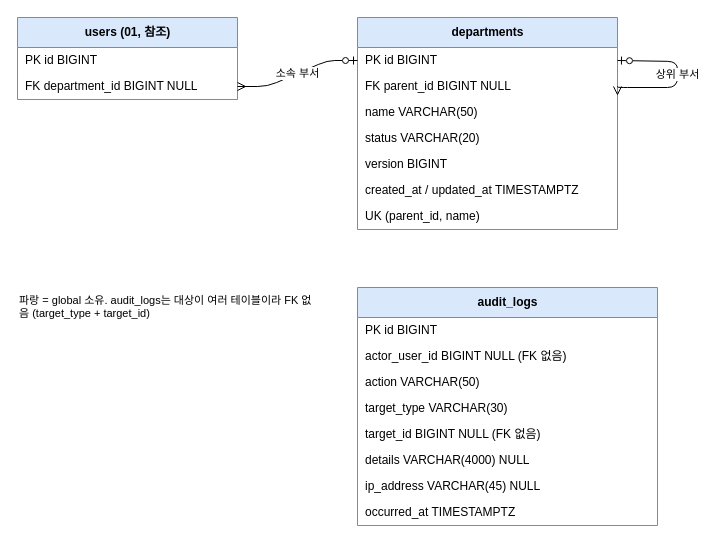
Above: docs/erd/02-admin.drawio in WonikQnCKDT/CoreviaAI_BE (draw.io), before the change. Source tidied: cells renumbered, new cells numbered last; positions are measured from the earlier drawing's top-left corner, leaving out a move shared by most shapes. Both pictures are drawn from the tidied source at 100%, with x=0, y=0 at pixel (17, 17).
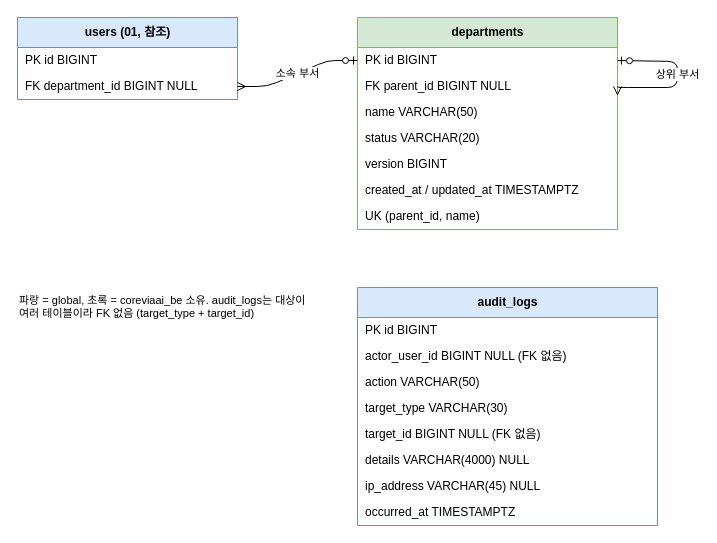
Above is the later version.

Change to the diagram source:
```diff
@@
-    <mxCell id="5" value="departments" style="swimlane;fontStyle=1;horizontal=1;startSize=30;fillColor=#dae8fc;strokeColor=#6c8ebf;html=1;" parent="1" vertex="1">
+    <mxCell id="5" value="departments" style="swimlane;fontStyle=1;horizontal=1;startSize=30;fillColor=#d5e8d4;strokeColor=#82b366;html=1;" parent="1" vertex="1">
       <mxGeometry x="340" width="260" height="212" as="geometry" />
     </mxCell>
@@
-    <mxCell id="24" value="파랑 = global 소유. audit_logs는 대상이 여러 테이블이라 FK 없음 (target_type + target_id)" style="text;html=1;whiteSpace=wrap;align=left;fontSize=11;" parent="1" vertex="1">
+    <mxCell id="24" value="파랑 = global, 초록 = coreviaai_be 소유. audit_logs는 대상이 여러 테이블이라 FK 없음 (target_type + target_id)" style="text;html=1;whiteSpace=wrap;align=left;fontSize=11;" parent="1" vertex="1">
       <mxGeometry y="270" width="300" height="60" as="geometry" />
     </mxCell>
```
